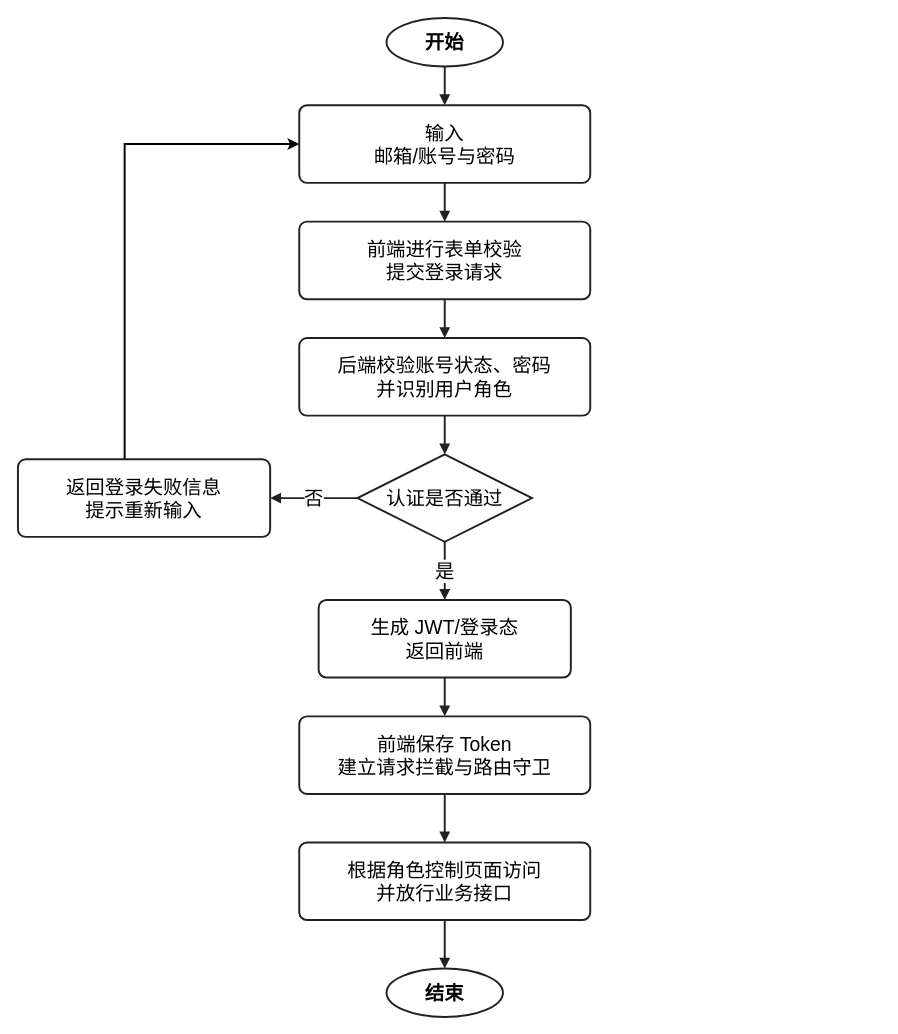
Above: DOCS/architecture-diagrams/sources/流程图/用户认证与权限控制流程图.drawio in 612cs/TrailQuest (draw.io), before the change. Source tidied: cells renumbered, new cells numbered last; positions are measured from the earlier drawing's top-left corner, leaving out a move shared by most shapes. Both pictures are drawn from the tidied source at 97%, with x=0, y=0 at pixel (17, 17).
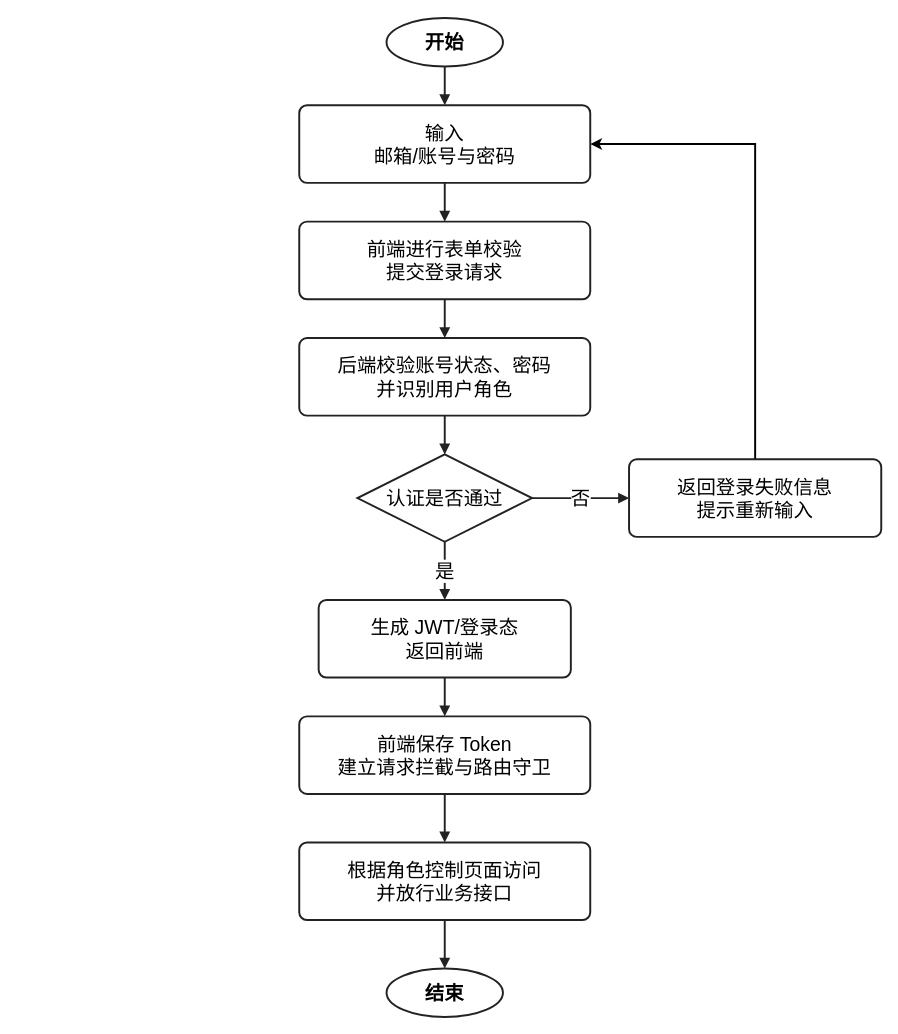
Above is the later version.

Unchanged cells that the change refers to:
```xml
<mxCell id="3" value="输入&lt;br&gt;邮箱/账号与密码" style="rounded=1;whiteSpace=wrap;html=1;arcSize=10;strokeColor=#222222;fillColor=none;fontSize=20;strokeWidth=2;" parent="1" vertex="1">
  <mxGeometry x="290" y="90" width="300" height="80" as="geometry" />
</mxCell>
```

What changed in the source:
```diff
@@
-    <mxCell id="7" style="edgeStyle=orthogonalEdgeStyle;rounded=0;jettySize=auto;html=1;entryX=0;entryY=0.5;entryDx=0;entryDy=0;fontSize=20;strokeWidth=2;" parent="1" edge="1" source="8" target="3">
+    <mxCell id="7" style="edgeStyle=orthogonalEdgeStyle;rounded=0;jettySize=auto;html=1;fontSize=20;strokeWidth=2;" parent="1" edge="1" source="8">
       <mxGeometry relative="1" as="geometry">
+        <mxPoint x="590" y="130" as="targetPoint" />
         <Array as="points">
-          <mxPoint x="110" y="130" />
+          <mxPoint x="760" y="130" />
         </Array>
       </mxGeometry>
     </mxCell>
     <mxCell id="8" value="返回登录失败信息&#10;提示重新输入" style="rounded=1;whiteSpace=wrap;html=1;arcSize=10;strokeColor=#222222;fillColor=none;fontSize=20;strokeWidth=2;" parent="1" vertex="1">
-      <mxGeometry y="455" width="260" height="80" as="geometry" />
+      <mxGeometry x="630" y="455" width="260" height="80" as="geometry" />
     </mxCell>
```
